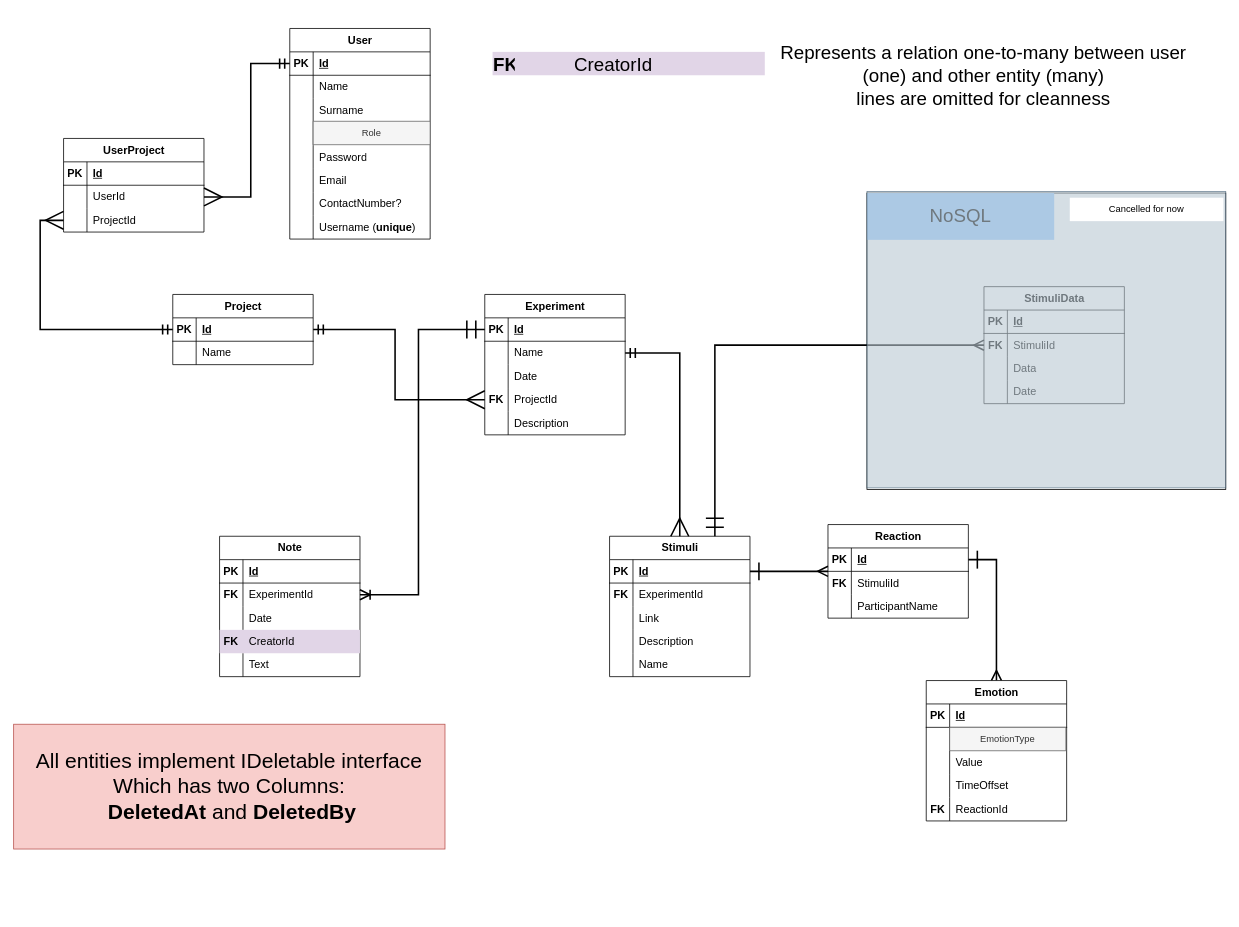
Earlier version of the draw.io diagram page "Class diagram" (1 of 3) of backend/backend_diagrams.drawio (FaceAnalyzer/docs). Source tidied: cells renumbered, new cells numbered last; positions are measured from the earlier drawing's top-left corner, leaving out a move shared by most shapes. Both pictures are drawn from the tidied source at 78%, with x=0, y=0 at pixel (13, 13).
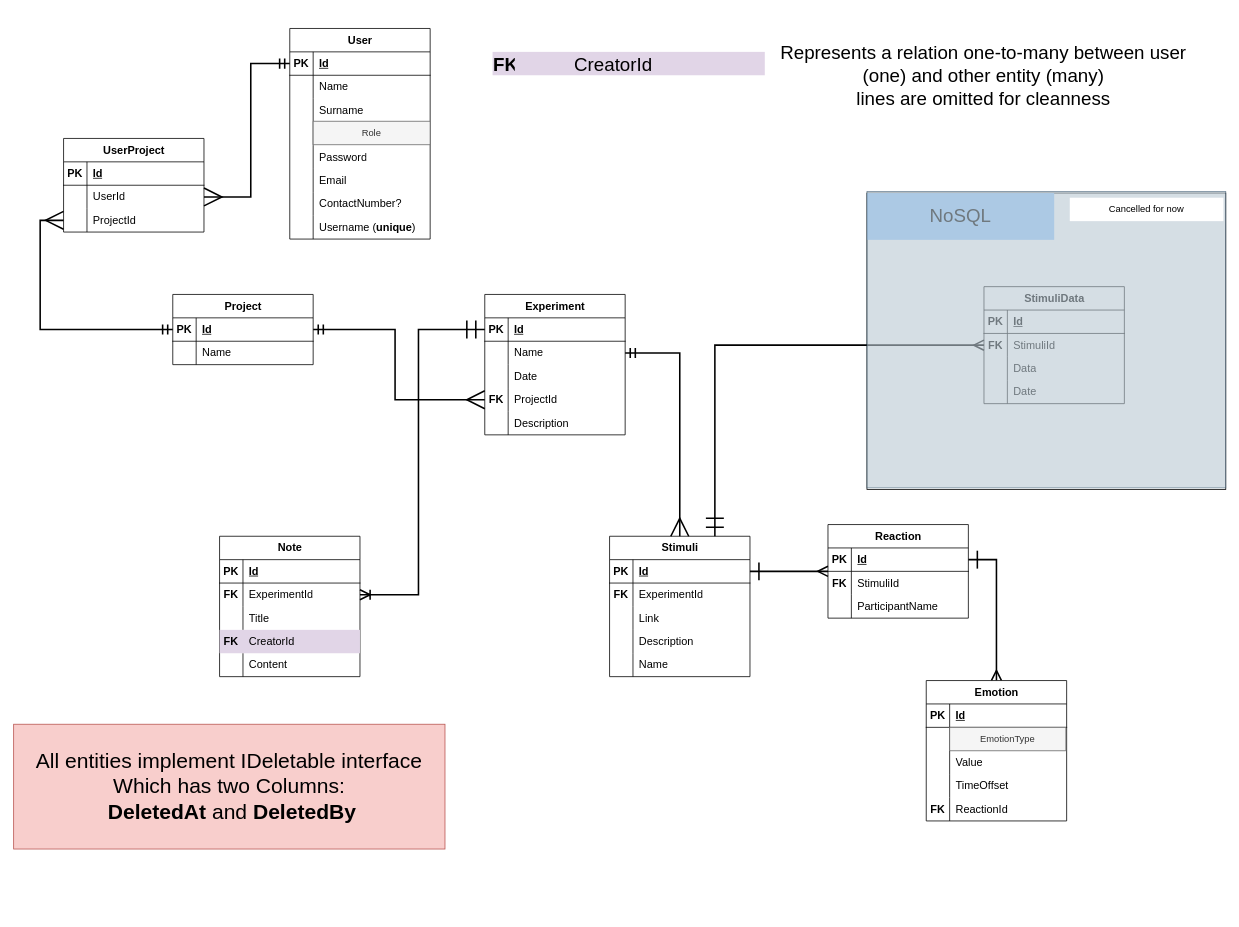
The same diagram, later.

Commit message:
Updated Notes entity

Unchanged cells that the change refers to:
```xml
<mxCell id="57" style="shape=tableRow;horizontal=0;startSize=0;swimlaneHead=0;swimlaneBody=0;fillColor=none;top=0;left=0;right=0;bottom=0;fontSize=14;" parent="50" vertex="1">
  <mxGeometry y="90" width="180" height="30" as="geometry" />
</mxCell>
<mxCell id="63" style="shape=tableRow;horizontal=0;startSize=0;swimlaneHead=0;swimlaneBody=0;fillColor=none;top=0;left=0;right=0;bottom=0;fontSize=14;" parent="50" vertex="1">
  <mxGeometry y="150" width="180" height="30" as="geometry" />
</mxCell>
```

The edit, as a diff of the source:
```diff
@@
-    <mxCell id="59" value="Date" style="shape=partialRectangle;fillColor=none;top=0;left=0;bottom=0;right=0;align=left;spacingLeft=6;overflow=hidden;whiteSpace=wrap;html=1;fontSize=14;" parent="57" vertex="1">
+    <mxCell id="59" value="Title" style="shape=partialRectangle;fillColor=none;top=0;left=0;bottom=0;right=0;align=left;spacingLeft=6;overflow=hidden;whiteSpace=wrap;html=1;fontSize=14;" parent="57" vertex="1">
       <mxGeometry x="30" width="150" height="30" as="geometry" />
     </mxCell>
@@
-    <mxCell id="65" value="Text" style="shape=partialRectangle;fillColor=none;top=0;left=0;bottom=0;right=0;align=left;spacingLeft=6;overflow=hidden;whiteSpace=wrap;html=1;fontSize=14;" parent="63" vertex="1">
+    <mxCell id="65" value="Content" style="shape=partialRectangle;fillColor=none;top=0;left=0;bottom=0;right=0;align=left;spacingLeft=6;overflow=hidden;whiteSpace=wrap;html=1;fontSize=14;" parent="63" vertex="1">
       <mxGeometry x="30" width="150" height="30" as="geometry" />
     </mxCell>
```
